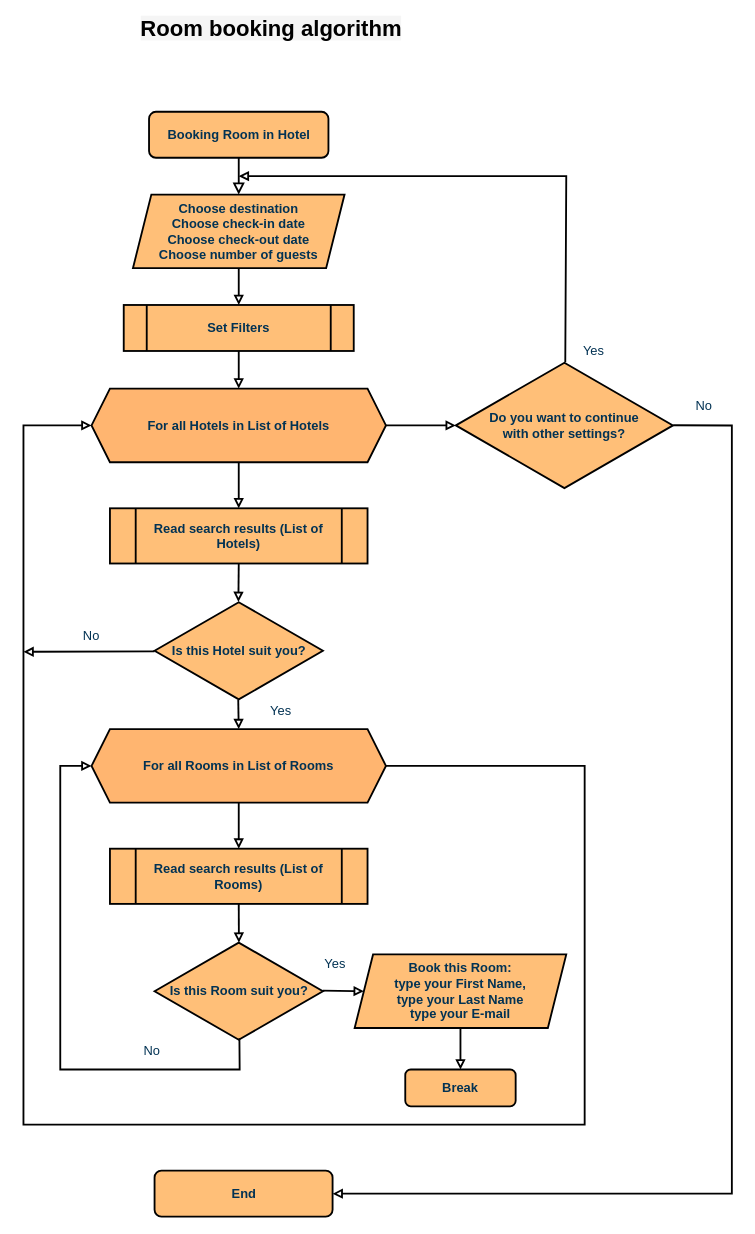
Earlier version of the draw.io diagram Untitled Diagram.drawio (homoutilis/hw_dotnet). Source tidied: cells renumbered, new cells numbered last; positions are measured from the earlier drawing's top-left corner, leaving out a move shared by most shapes. Both pictures are drawn from the tidied source at 92%, with x=0, y=0 at pixel (23, 19).
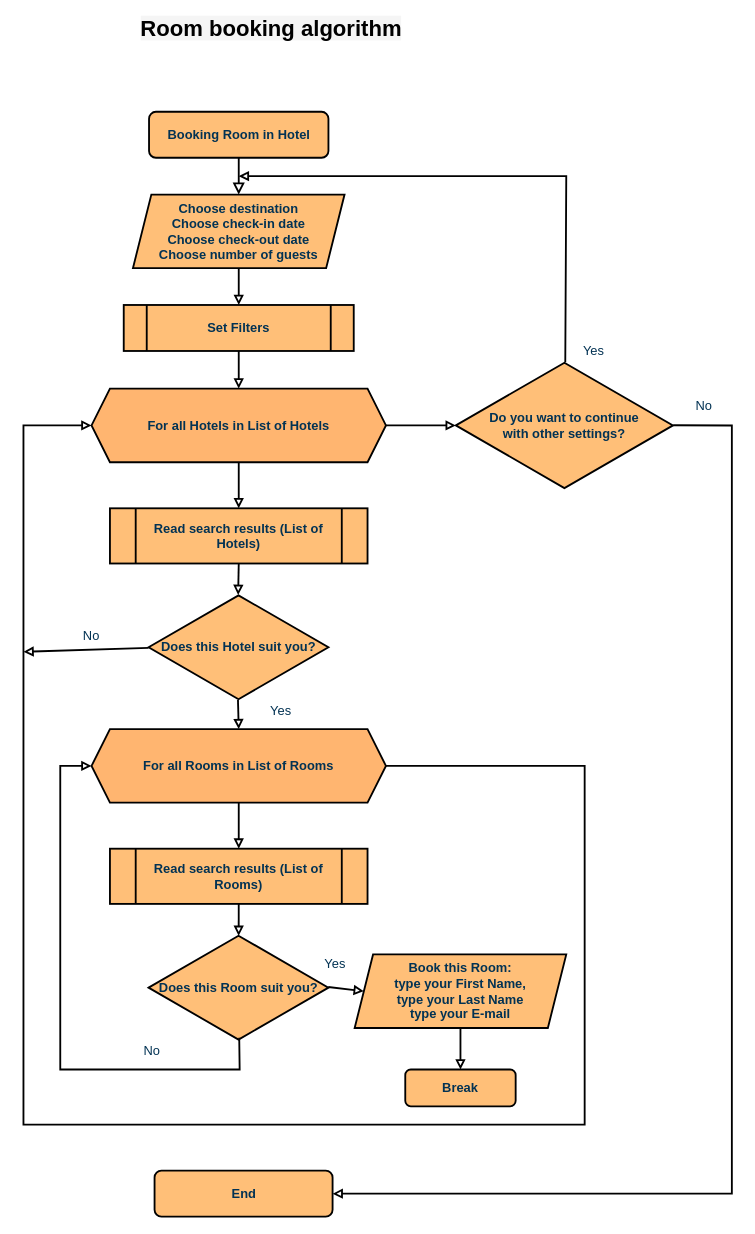
The same diagram, later.

What changed in the source:
```diff
@@
-    <mxCell id="7" value="&lt;span style=&quot;font-size: 14px&quot;&gt;Is this Hotel suit you?&lt;/span&gt;" style="html=1;whiteSpace=wrap;shape=isoRectangle;fontSize=14;fontStyle=1;fillColor=#FFBF78;strokeWidth=2;fontColor=#023253;" parent="1" vertex="1">
-      <mxGeometry x="142.5" y="631" width="183" height="109.8" as="geometry" />
+    <mxCell id="7" value="&lt;span style=&quot;font-size: 14px&quot;&gt;Does this Hotel suit you?&lt;/span&gt;" style="html=1;whiteSpace=wrap;shape=isoRectangle;fontSize=14;fontStyle=1;fillColor=#FFBF78;strokeWidth=2;fontColor=#023253;" parent="1" vertex="1">
+      <mxGeometry x="136" y="623.4" width="195.5" height="117.3" as="geometry" />
     </mxCell>
@@
-    <mxCell id="19" value="&lt;span style=&quot;font-size: 14px&quot;&gt;Is this Room suit you?&lt;/span&gt;" style="html=1;whiteSpace=wrap;shape=isoRectangle;fontSize=14;fontStyle=1;fillColor=#FFBF78;strokeWidth=2;fontColor=#023253;" parent="1" vertex="1">
-      <mxGeometry x="142.5" y="1001" width="183" height="109.8" as="geometry" />
+    <mxCell id="19" value="&lt;span style=&quot;font-size: 14px&quot;&gt;Does this Room suit you?&lt;/span&gt;" style="html=1;whiteSpace=wrap;shape=isoRectangle;fontSize=14;fontStyle=1;fillColor=#FFBF78;strokeWidth=2;fontColor=#023253;" parent="1" vertex="1">
+      <mxGeometry x="136" y="993.4" width="195.5" height="117.3" as="geometry" />
     </mxCell>
```
